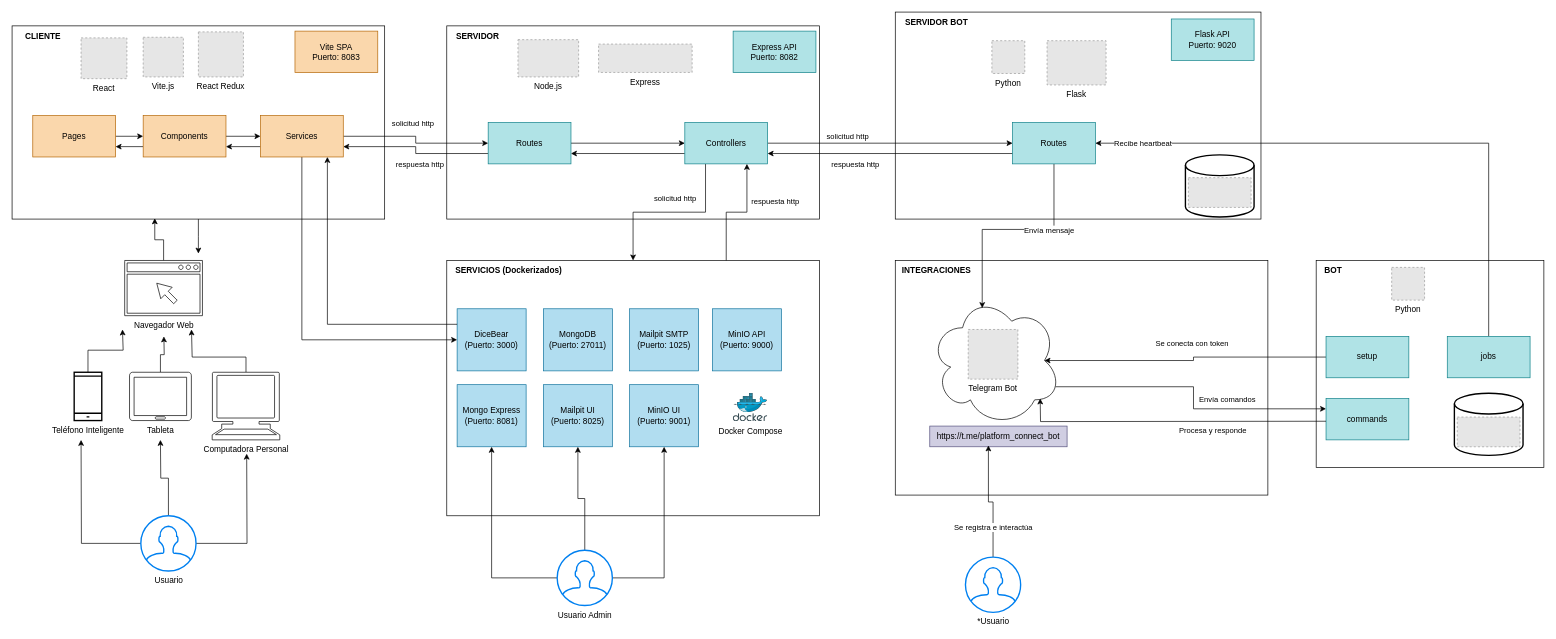
andresbiso/2025_1C_TFG keeps this draw.io diagram as docs/diagrama_arquitectura/diagrama_arquitectura.drawio. Above is the earlier version. Source tidied: cells renumbered, new cells numbered last; positions are measured from the earlier drawing's top-left corner, leaving out a move shared by most shapes. Both pictures are drawn from the tidied source at 69%, with x=0, y=0 at pixel (12, 12). Pictures stored in the file or linked from it are replaced by grey dashed boxes.
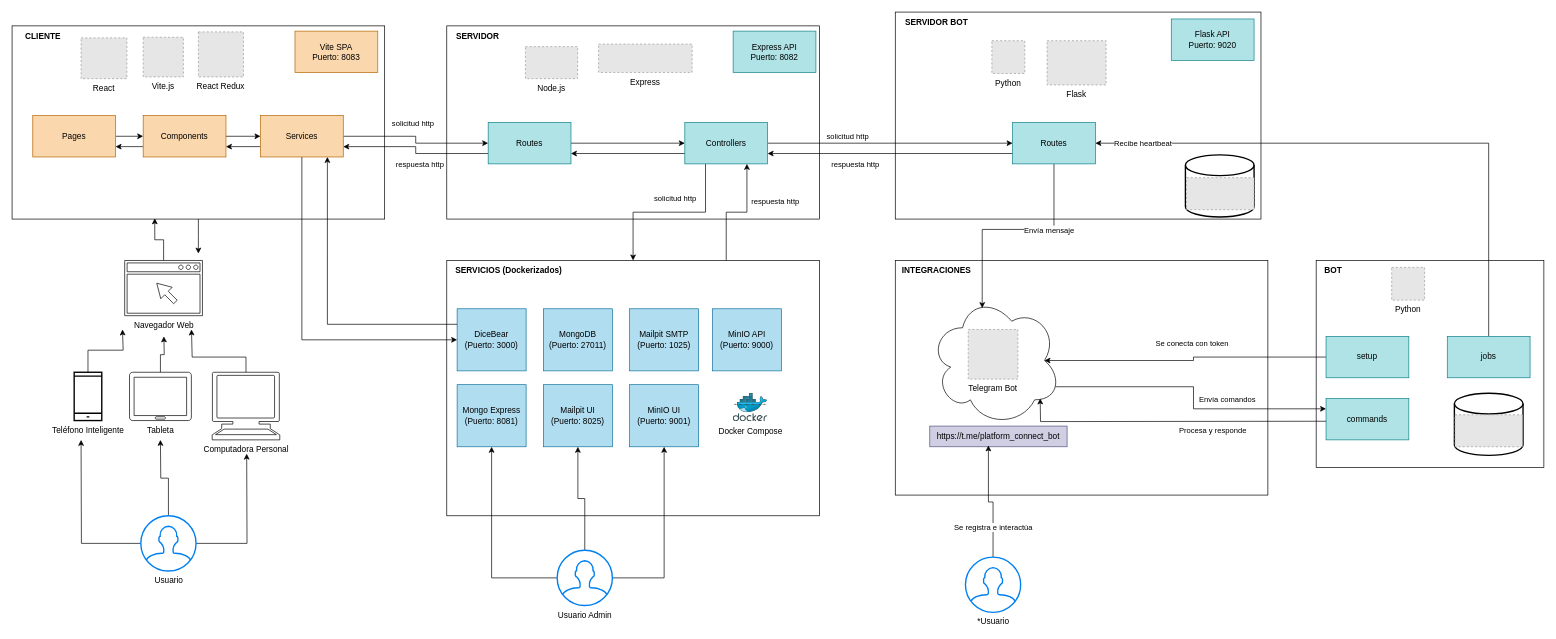
The same diagram, later.

Diff of the diagram source:
```diff
@@
-    <mxCell id="23" value="Node.js" style="fillColor=#E6E6E6;strokeColor=#999999;dashed=1;verticalLabelPosition=bottom;labelBackgroundColor=default;verticalAlign=top;" parent="15" vertex="1">
-      <mxGeometry x="733.2" y="40" width="87.9" height="54" as="geometry" />
-    </mxCell>
@@
-    <mxCell id="39" style="fillColor=#E6E6E6;strokeColor=#999999;dashed=1;verticalLabelPosition=bottom;labelBackgroundColor=default;verticalAlign=top;" parent="15" vertex="1">
-      <mxGeometry x="1704.8" y="240" width="90.9" height="43.1" as="geometry" />
-    </mxCell>
@@
-    <mxCell id="47" style="fillColor=#E6E6E6;strokeColor=#999999;dashed=1;verticalLabelPosition=bottom;labelBackgroundColor=default;verticalAlign=top;" parent="15" vertex="1">
-      <mxGeometry x="2094.5" y="586.9" width="90.9" height="43.1" as="geometry" />
-    </mxCell>
@@
+    <mxCell id="23" value="Node.js" style="fillColor=#E6E6E6;strokeColor=#999999;dashed=1;verticalLabelPosition=bottom;labelBackgroundColor=default;verticalAlign=top;" parent="15" vertex="1">
+      <mxGeometry x="744" y="50.1" width="75.7" height="46.4" as="geometry" />
+    </mxCell>
+    <mxCell id="100" style="fillColor=#E6E6E6;strokeColor=#999999;dashed=1;verticalLabelPosition=bottom;labelBackgroundColor=default;verticalAlign=top;" parent="15" vertex="1">
+      <mxGeometry x="1702.1" y="240" width="97.9" height="46.4" as="geometry" />
+    </mxCell>
+    <mxCell id="101" style="fillColor=#E6E6E6;strokeColor=#999999;dashed=1;verticalLabelPosition=bottom;labelBackgroundColor=default;verticalAlign=top;" parent="15" vertex="1">
+      <mxGeometry x="2091.1" y="583.6" width="97.9" height="46.4" as="geometry" />
+    </mxCell>
```
